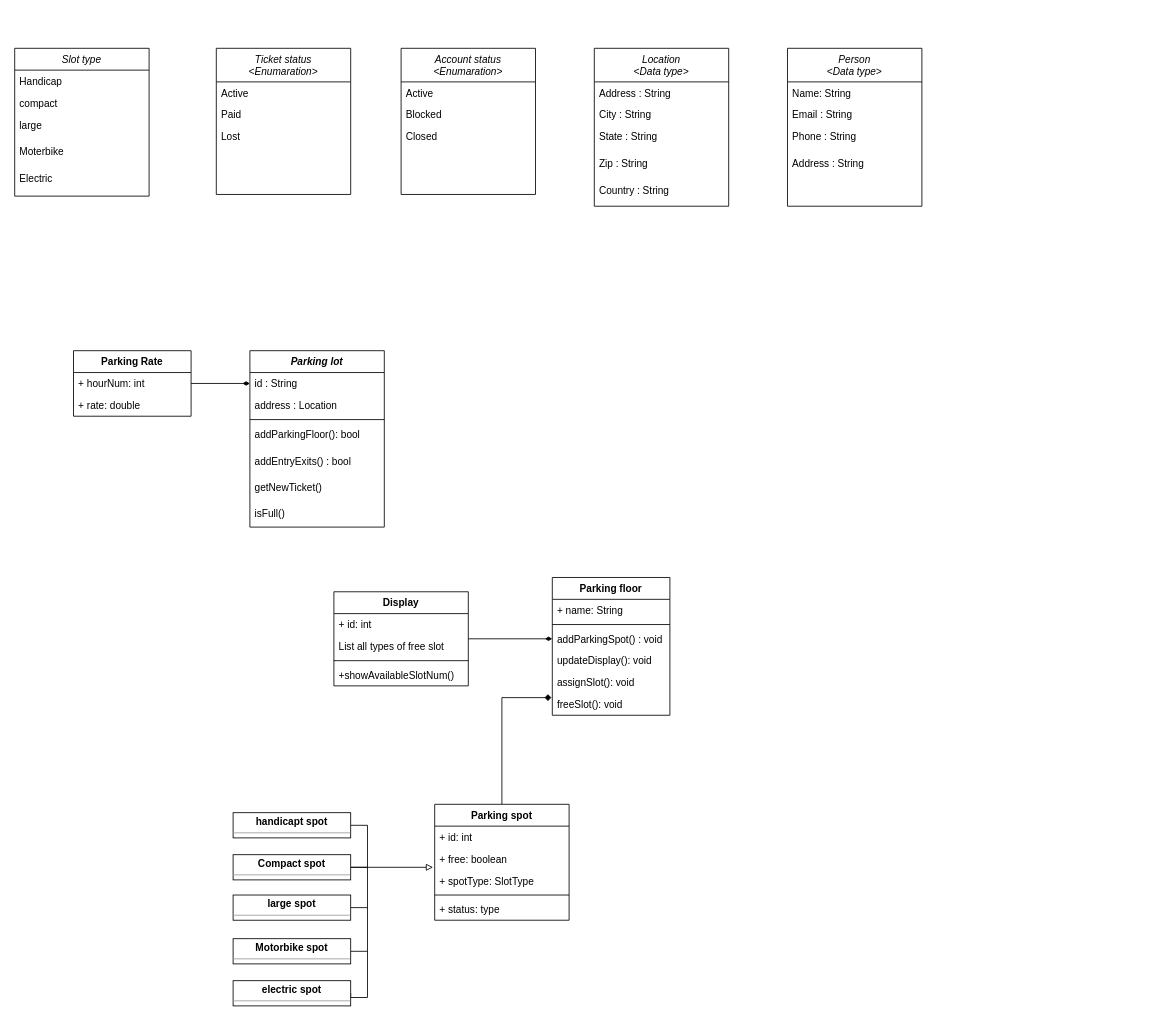
The draw.io diagram Parking lot.drawio in umashankara/draw.io, before the edit. Source tidied: cells renumbered, new cells numbered last; positions are measured from the earlier drawing's top-left corner, leaving out a move shared by most shapes. Both pictures are drawn from the tidied source at 84%, with x=0, y=0 at pixel (14, 48).
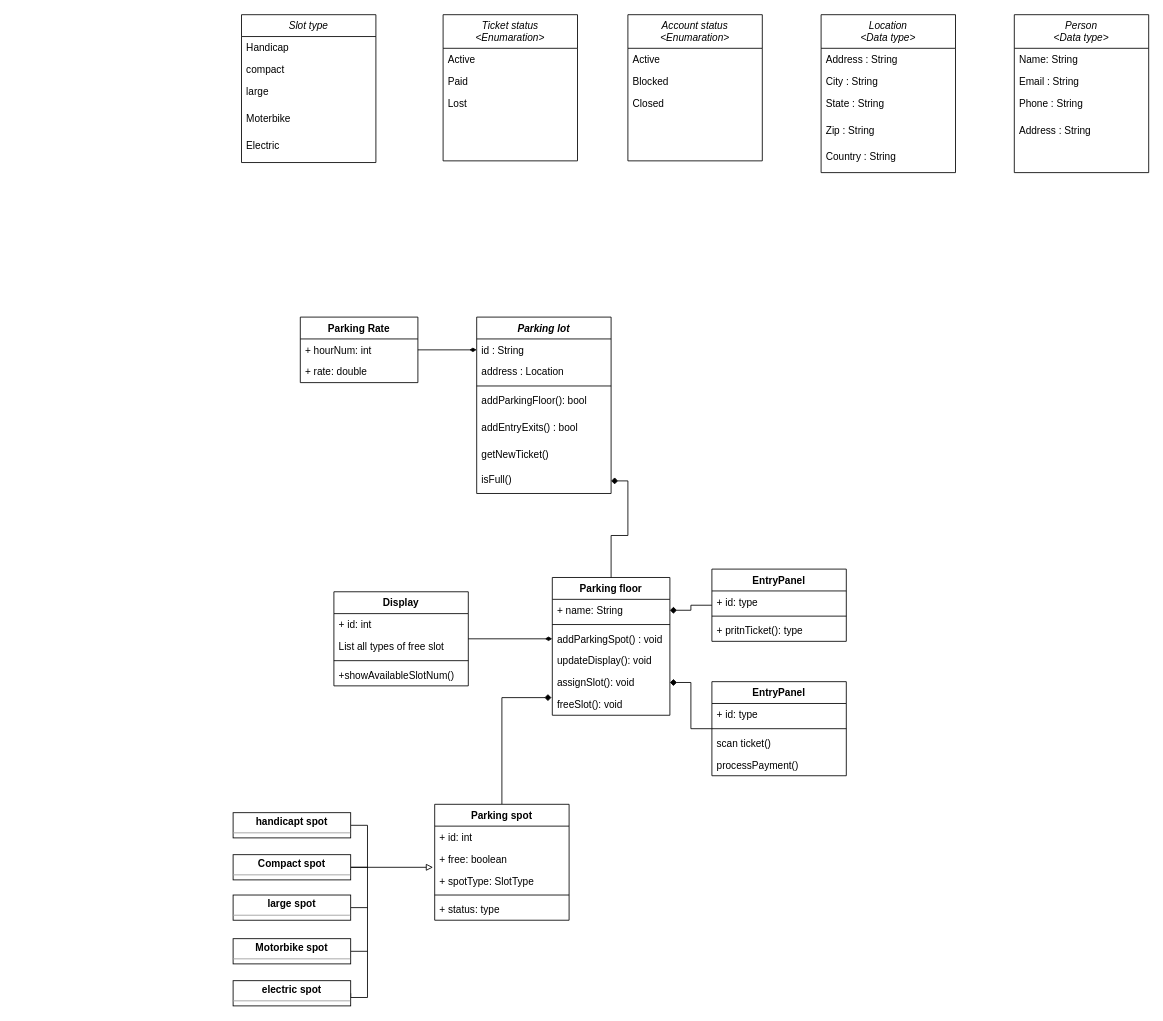
The same diagram, later.

The change refers to these unchanged cells:
```xml
<mxCell id="34" value="isFull()" style="text;align=left;verticalAlign=top;spacingLeft=4;spacingRight=4;overflow=hidden;points=[[0,0.5],[1,0.5]];portConstraint=eastwest;rounded=0;shadow=0;html=0;" parent="27" vertex="1">
  <mxGeometry y="180" width="160" height="30" as="geometry" />
</mxCell>
<mxCell id="39" value="Parking floor" style="swimlane;fontStyle=1;horizontal=1;startSize=26;fillColor=none;" parent="1" vertex="1">
  <mxGeometry x="640" y="630" width="140" height="164" as="geometry" />
</mxCell>
<mxCell id="40" value="+ name: String" style="text;strokeColor=none;fillColor=none;align=left;verticalAlign=top;spacingLeft=4;spacingRight=4;overflow=hidden;points=[[0,0.5],[1,0.5]];portConstraint=eastwest;" parent="39" vertex="1">
  <mxGeometry y="26" width="140" height="26" as="geometry" />
</mxCell>
<mxCell id="44" value="assignSlot(): void" style="text;strokeColor=none;fillColor=none;align=left;verticalAlign=top;spacingLeft=4;spacingRight=4;overflow=hidden;points=[[0,0.5],[1,0.5]];portConstraint=eastwest;" parent="39" vertex="1">
  <mxGeometry y="112" width="140" height="26" as="geometry" />
</mxCell>
```

Diff of the diagram source:
```diff
@@
     <mxCell id="2" value="Slot type" style="swimlane;fontStyle=2;align=center;verticalAlign=top;horizontal=1;startSize=26;rounded=0;shadow=0;strokeWidth=1;" parent="1" vertex="1">
-      <mxGeometry width="160" height="176" as="geometry" />
+      <mxGeometry x="270" y="-40" width="160" height="176" as="geometry" />
     </mxCell>
@@
     <mxCell id="8" value="Ticket status&#10;&lt;Enumaration&gt;" style="swimlane;fontStyle=2;align=center;verticalAlign=top;horizontal=1;startSize=40;rounded=0;shadow=0;strokeWidth=1;" parent="1" vertex="1">
-      <mxGeometry x="240" width="160" height="174" as="geometry" />
+      <mxGeometry x="510" y="-40" width="160" height="174" as="geometry" />
     </mxCell>
@@
     <mxCell id="12" value="Account status&#10;&lt;Enumaration&gt;" style="swimlane;fontStyle=2;align=center;verticalAlign=top;horizontal=1;startSize=40;rounded=0;shadow=0;strokeWidth=1;" parent="1" vertex="1">
-      <mxGeometry x="460" width="160" height="174" as="geometry" />
+      <mxGeometry x="730" y="-40" width="160" height="174" as="geometry" />
     </mxCell>
@@
     <mxCell id="16" value="Location&#10;&lt;Data type&gt;" style="swimlane;fontStyle=2;align=center;verticalAlign=top;horizontal=1;startSize=40;rounded=0;shadow=0;strokeWidth=1;" parent="1" vertex="1">
-      <mxGeometry x="690" width="160" height="188" as="geometry" />
+      <mxGeometry x="960" y="-40" width="160" height="188" as="geometry" />
     </mxCell>
@@
     <mxCell id="22" value="Person&#10;&lt;Data type&gt;" style="swimlane;fontStyle=2;align=center;verticalAlign=top;horizontal=1;startSize=40;rounded=0;shadow=0;strokeWidth=1;" parent="1" vertex="1">
-      <mxGeometry x="920" width="160" height="188" as="geometry" />
+      <mxGeometry x="1190" y="-40" width="160" height="188" as="geometry" />
     </mxCell>
@@
     <mxCell id="27" value="Parking lot" style="swimlane;fontStyle=3;align=center;verticalAlign=top;horizontal=1;startSize=26;rounded=0;shadow=0;strokeWidth=1;" parent="1" vertex="1">
-      <mxGeometry x="280" y="360" width="160" height="210" as="geometry" />
+      <mxGeometry x="550" y="320" width="160" height="210" as="geometry" />
     </mxCell>
@@
     <mxCell id="36" value="Parking Rate" style="swimlane;fontStyle=1;horizontal=1;startSize=26;fillColor=none;" parent="1" vertex="1">
-      <mxGeometry x="70" y="360" width="140" height="78" as="geometry" />
+      <mxGeometry x="340" y="320" width="140" height="78" as="geometry" />
     </mxCell>
@@
+    <mxCell id="69" style="edgeStyle=orthogonalEdgeStyle;rounded=0;jettySize=auto;html=1;endArrow=diamond;endFill=1;entryX=1;entryY=0.5;entryDx=0;entryDy=0;" parent="1" edge="1" source="39" target="34">
+      <mxGeometry relative="1" as="geometry" />
+    </mxCell>
@@
+    <mxCell id="70" style="edgeStyle=orthogonalEdgeStyle;rounded=0;jettySize=auto;html=1;entryX=1;entryY=0.5;entryDx=0;entryDy=0;endArrow=diamond;endFill=1;" parent="1" edge="1" source="71" target="40">
+      <mxGeometry relative="1" as="geometry" />
+    </mxCell>
+    <mxCell id="71" value="EntryPanel" style="swimlane;fontStyle=1;align=center;verticalAlign=top;horizontal=1;startSize=26;strokeColor=#000000;" parent="1" vertex="1">
+      <mxGeometry x="830" y="620" width="160" height="86" as="geometry" />
+    </mxCell>
+    <mxCell id="72" value="+ id: type" style="text;strokeColor=none;fillColor=none;align=left;verticalAlign=top;spacingLeft=4;spacingRight=4;overflow=hidden;" parent="71" vertex="1">
+      <mxGeometry y="26" width="160" height="26" as="geometry" />
+    </mxCell>
+    <mxCell id="73" style="line;strokeWidth=1;fillColor=none;align=left;verticalAlign=middle;spacingTop=-1;spacingLeft=3;spacingRight=3;labelPosition=right;" parent="71" vertex="1">
+      <mxGeometry y="52" width="160" height="8" as="geometry" />
+    </mxCell>
+    <mxCell id="74" value="+ pritnTicket(): type" style="text;strokeColor=none;fillColor=none;align=left;verticalAlign=top;spacingLeft=4;spacingRight=4;overflow=hidden;" parent="71" vertex="1">
+      <mxGeometry y="60" width="160" height="26" as="geometry" />
+    </mxCell>
+    <mxCell id="75" style="edgeStyle=orthogonalEdgeStyle;rounded=0;jettySize=auto;html=1;entryX=1;entryY=0.5;entryDx=0;entryDy=0;endArrow=diamond;endFill=1;" parent="1" edge="1" source="76" target="44">
+      <mxGeometry relative="1" as="geometry" />
+    </mxCell>
+    <mxCell id="76" value="EntryPanel" style="swimlane;fontStyle=1;align=center;verticalAlign=top;horizontal=1;startSize=26;strokeColor=#000000;" parent="1" vertex="1">
+      <mxGeometry x="830" y="754" width="160" height="112" as="geometry" />
+    </mxCell>
+    <mxCell id="77" value="+ id: type" style="text;strokeColor=none;fillColor=none;align=left;verticalAlign=top;spacingLeft=4;spacingRight=4;overflow=hidden;" parent="76" vertex="1">
+      <mxGeometry y="26" width="160" height="26" as="geometry" />
+    </mxCell>
+    <mxCell id="78" style="line;strokeWidth=1;fillColor=none;align=left;verticalAlign=middle;spacingTop=-1;spacingLeft=3;spacingRight=3;labelPosition=right;" parent="76" vertex="1">
+      <mxGeometry y="52" width="160" height="8" as="geometry" />
+    </mxCell>
+    <mxCell id="79" value="scan ticket()" style="text;strokeColor=none;fillColor=none;align=left;verticalAlign=top;spacingLeft=4;spacingRight=4;overflow=hidden;" parent="76" vertex="1">
+      <mxGeometry y="60" width="160" height="26" as="geometry" />
+    </mxCell>
+    <mxCell id="80" value="processPayment()" style="text;strokeColor=none;fillColor=none;align=left;verticalAlign=top;spacingLeft=4;spacingRight=4;overflow=hidden;" parent="76" vertex="1">
+      <mxGeometry y="86" width="160" height="26" as="geometry" />
+    </mxCell>
```
